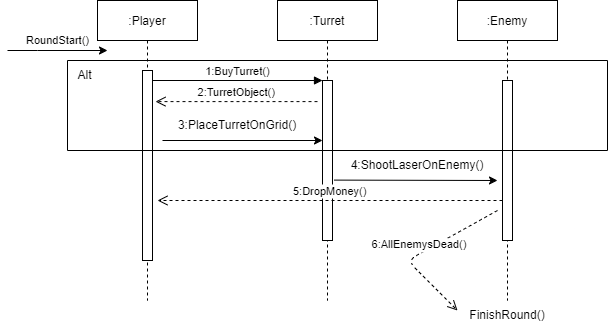
Earlier version of the draw.io export Projektmanagement/SequenceDiagrams/Play_Round_Sequence_Diagram.png (Freaky2164/TowerDefense). Source tidied: cells renumbered, new cells last; positions are measured from the earlier drawing's top-left corner, leaving out a move shared by most shapes.
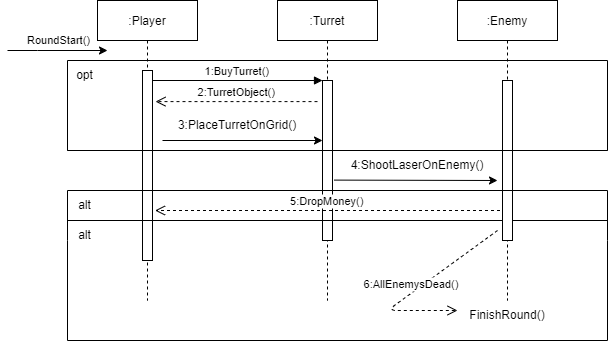
Later version of the same file.

What changed in the source:
```diff
@@ -20,6 +20,18 @@
     <mxCell id="6" style="points=[];perimeter=orthogonalPerimeter;rounded=0;shadow=0;strokeWidth=1;" parent="5" vertex="1">
       <mxGeometry x="45" y="80" width="10" height="160" as="geometry" />
     </mxCell>
+    <mxCell id="12" value="5:DropMoney()" style="verticalAlign=bottom;endArrow=open;dashed=1;endSize=8;exitX=0;exitY=0.95;shadow=0;strokeWidth=1;" parent="5" edge="1">
+      <mxGeometry relative="1" as="geometry">
+        <mxPoint x="222.5" y="210" as="sourcePoint" />
+        <mxPoint x="-122.5" y="210" as="targetPoint" />
+      </mxGeometry>
+    </mxCell>
+    <mxCell id="24" style="endArrow=none;html=1;rounded=0;" parent="5" edge="1">
+      <mxGeometry relative="1" as="geometry">
+        <mxPoint x="-210" y="220" as="sourcePoint" />
+        <mxPoint x="330" y="220" as="targetPoint" />
+      </mxGeometry>
+    </mxCell>
     <mxCell id="7" value="1:BuyTurret()" style="verticalAlign=bottom;endArrow=block;entryX=0;entryY=0;shadow=0;strokeWidth=1;" parent="1" edge="1" source="3" target="6">
       <mxGeometry relative="1" as="geometry" />
     </mxCell>
@@ -38,12 +50,6 @@
     <mxCell id="11" value="4:ShootLaserOnEnemy()" style="text;html=1;strokeColor=none;fillColor=none;align=center;verticalAlign=middle;whiteSpace=wrap;rounded=0;" parent="1" vertex="1">
       <mxGeometry x="380" y="150" width="60" height="30" as="geometry" />
     </mxCell>
-    <mxCell id="12" value="5:DropMoney()" style="verticalAlign=bottom;endArrow=open;dashed=1;endSize=8;exitX=0;exitY=0.95;shadow=0;strokeWidth=1;" parent="1" edge="1">
-      <mxGeometry relative="1" as="geometry">
-        <mxPoint x="495" y="200" as="sourcePoint" />
-        <mxPoint x="150" y="200" as="targetPoint" />
-      </mxGeometry>
-    </mxCell>
     <mxCell id="13" value="2:TurretObject()" style="verticalAlign=bottom;endArrow=open;dashed=1;endSize=8;shadow=0;strokeWidth=1;entryX=0.58;entryY=0.337;entryDx=0;entryDy=0;entryPerimeter=0;exitX=0.4;exitY=0.337;exitDx=0;exitDy=0;exitPerimeter=0;" parent="1" edge="1" source="5" target="2">
       <mxGeometry relative="1" as="geometry" />
     </mxCell>
@@ -55,10 +61,10 @@
     </mxCell>
     <mxCell id="16" value="6:AllEnemysDead()" style="verticalAlign=bottom;endArrow=open;dashed=1;endSize=8;shadow=0;strokeWidth=1;" parent="1" edge="1">
       <mxGeometry x="0.03" relative="1" as="geometry">
-        <mxPoint x="490" y="210" as="sourcePoint" />
+        <mxPoint x="490" y="230" as="sourcePoint" />
         <mxPoint x="450" y="310" as="targetPoint" />
         <Array as="points">
-          <mxPoint x="400" y="260" />
+          <mxPoint x="380" y="310" />
         </Array>
       </mxGeometry>
     </mxCell>
@@ -100,8 +106,56 @@
         <mxPoint x="600" y="60" as="targetPoint" />
       </mxGeometry>
     </mxCell>
-    <mxCell id="23" value="Alt" style="text;html=1;strokeColor=none;fillColor=none;align=center;verticalAlign=middle;whiteSpace=wrap;rounded=0;" parent="1" vertex="1">
+    <mxCell id="23" value="opt" style="text;html=1;strokeColor=none;fillColor=none;align=center;verticalAlign=middle;whiteSpace=wrap;rounded=0;" parent="1" vertex="1">
       <mxGeometry x="65" y="70" width="25" height="10" as="geometry" />
     </mxCell>
+    <mxCell id="25" style="endArrow=none;html=1;rounded=0;" parent="1" edge="1">
+      <mxGeometry relative="1" as="geometry">
+        <mxPoint x="60" y="150" as="sourcePoint" />
+        <mxPoint x="600" y="150" as="targetPoint" />
+      </mxGeometry>
+    </mxCell>
+    <mxCell id="26" style="endArrow=none;html=1;rounded=0;" parent="1" edge="1">
+      <mxGeometry relative="1" as="geometry">
+        <mxPoint x="60" y="240" as="sourcePoint" />
+        <mxPoint x="60" y="190" as="targetPoint" />
+      </mxGeometry>
+    </mxCell>
+    <mxCell id="27" style="endArrow=none;html=1;rounded=0;" parent="1" edge="1">
+      <mxGeometry relative="1" as="geometry">
+        <mxPoint x="600" y="240" as="sourcePoint" />
+        <mxPoint x="600" y="190" as="targetPoint" />
+      </mxGeometry>
+    </mxCell>
+    <mxCell id="28" value="alt" style="text;html=1;strokeColor=none;fillColor=none;align=center;verticalAlign=middle;whiteSpace=wrap;rounded=0;" parent="1" vertex="1">
+      <mxGeometry x="65" y="230" width="25" height="10" as="geometry" />
+    </mxCell>
+    <mxCell id="29" style="endArrow=none;html=1;rounded=0;" parent="1" edge="1">
+      <mxGeometry relative="1" as="geometry">
+        <mxPoint x="60" y="190" as="sourcePoint" />
+        <mxPoint x="600" y="190" as="targetPoint" />
+      </mxGeometry>
+    </mxCell>
+    <mxCell id="30" style="endArrow=none;html=1;rounded=0;" parent="1" edge="1">
+      <mxGeometry relative="1" as="geometry">
+        <mxPoint x="60" y="240" as="sourcePoint" />
+        <mxPoint x="60" y="340" as="targetPoint" />
+      </mxGeometry>
+    </mxCell>
+    <mxCell id="31" style="endArrow=none;html=1;rounded=0;" parent="1" edge="1">
+      <mxGeometry relative="1" as="geometry">
+        <mxPoint x="60" y="340" as="sourcePoint" />
+        <mxPoint x="600" y="340" as="targetPoint" />
+      </mxGeometry>
+    </mxCell>
+    <mxCell id="32" style="endArrow=none;html=1;rounded=0;" parent="1" edge="1">
+      <mxGeometry relative="1" as="geometry">
+        <mxPoint x="600" y="240" as="sourcePoint" />
+        <mxPoint x="600" y="340" as="targetPoint" />
+      </mxGeometry>
+    </mxCell>
+    <mxCell id="33" value="alt" style="text;html=1;strokeColor=none;fillColor=none;align=center;verticalAlign=middle;whiteSpace=wrap;rounded=0;" parent="1" vertex="1">
+      <mxGeometry x="65" y="200" width="25" height="10" as="geometry" />
+    </mxCell>
   </root>
 </mxGraphModel>
```
